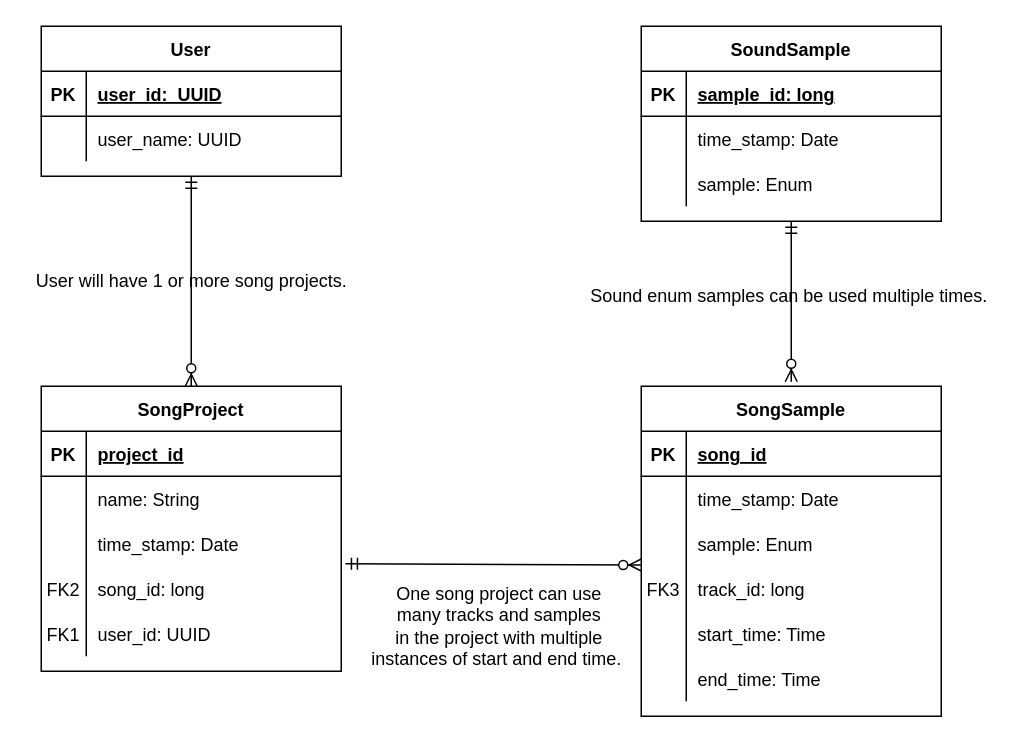
The draw.io diagram docs/work/erd.drawio in sound-doodle/sound-doodle.github.io, before the edit. Source tidied: cells renumbered, new cells numbered last; positions are measured from the earlier drawing's top-left corner, leaving out a move shared by most shapes. Both pictures are drawn from the tidied source at 150%, with x=0, y=0 at pixel (26, 26).
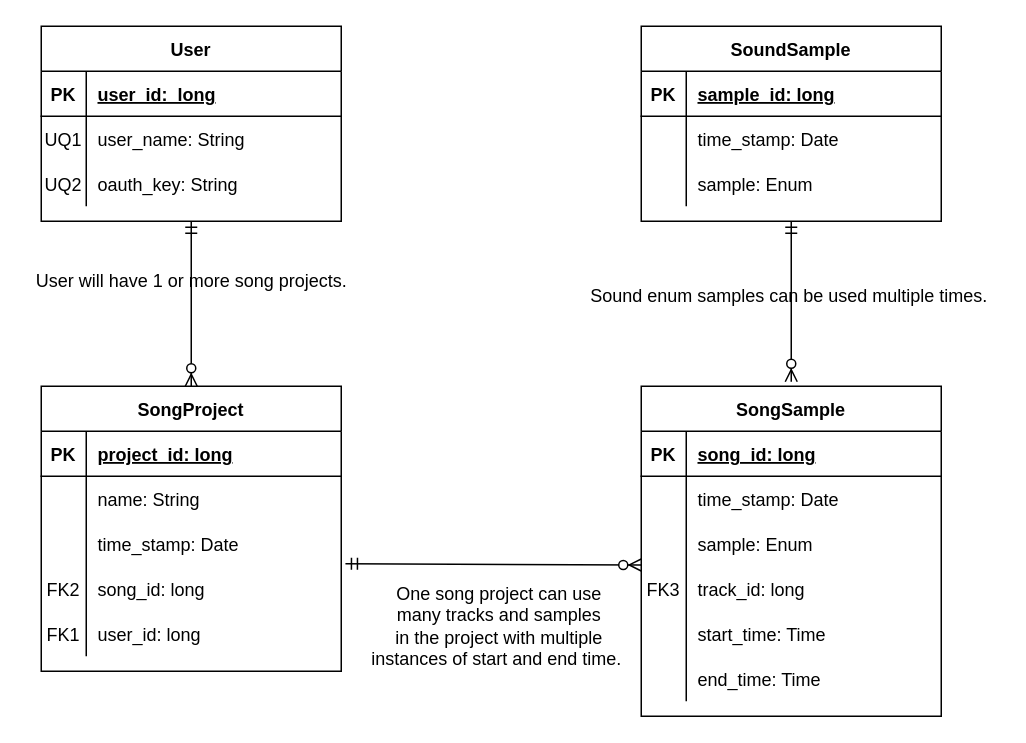
After the change.

Unchanged cells that the change refers to:
```xml
<mxCell id="13" style="shape=partialRectangle;fillColor=none;top=0;left=0;right=0;bottom=1;" parent="12" vertex="1">
  <mxGeometry y="30" width="200" height="30" as="geometry" />
</mxCell>
<mxCell id="32" style="shape=partialRectangle;fillColor=none;top=0;left=0;right=0;bottom=1;" parent="31" vertex="1">
  <mxGeometry y="30" width="200" height="30" as="geometry" />
</mxCell>
<mxCell id="35" style="shape=partialRectangle;fillColor=none;top=0;left=0;right=0;bottom=0;" parent="31" vertex="1">
  <mxGeometry y="60" width="200" height="30" as="geometry" />
</mxCell>
<mxCell id="39" style="shape=partialRectangle;fillColor=none;top=0;left=0;bottom=1;right=0;" parent="38" vertex="1">
  <mxGeometry y="30" width="200" height="30" as="geometry" />
</mxCell>
<mxCell id="51" style="shape=partialRectangle;fillColor=none;top=0;left=0;bottom=0;right=0;" parent="38" vertex="1">
  <mxGeometry y="150" width="200" height="30" as="geometry" />
</mxCell>
```

Change to the diagram source:
```diff
@@
-    <mxCell id="15" value="song_id" style="shape=partialRectangle;overflow=hidden;fillColor=none;top=0;left=0;bottom=0;right=0;align=left;spacingLeft=6;fontStyle=5;" parent="13" vertex="1">
+    <mxCell id="15" value="song_id: long" style="shape=partialRectangle;overflow=hidden;fillColor=none;top=0;left=0;bottom=0;right=0;align=left;spacingLeft=6;fontStyle=5;" parent="13" vertex="1">
       <mxGeometry x="30" width="170" height="30" as="geometry" />
     </mxCell>
@@
     <mxCell id="31" value="User" style="shape=table;startSize=30;childLayout=tableLayout;rowLines=0;fontStyle=1;align=center;" parent="1" vertex="1">
-      <mxGeometry x="10" width="200" height="100" as="geometry" />
+      <mxGeometry x="10" width="200" height="130" as="geometry" />
     </mxCell>
@@
-    <mxCell id="34" value="user_id:  UUID" style="shape=partialRectangle;overflow=hidden;fillColor=none;top=0;left=0;bottom=0;right=0;align=left;spacingLeft=6;fontStyle=5;" parent="32" vertex="1">
+    <mxCell id="34" value="user_id:  long" style="shape=partialRectangle;overflow=hidden;fillColor=none;top=0;left=0;bottom=0;right=0;align=left;spacingLeft=6;fontStyle=5;" parent="32" vertex="1">
       <mxGeometry x="30" width="170" height="30" as="geometry" />
     </mxCell>
@@
-    <mxCell id="36" style="shape=partialRectangle;overflow=hidden;fillColor=none;top=0;left=0;bottom=0;right=0;" parent="35" vertex="1">
+    <mxCell id="36" value="UQ1" style="shape=partialRectangle;overflow=hidden;fillColor=none;top=0;left=0;bottom=0;right=0;" parent="35" vertex="1">
       <mxGeometry width="30" height="30" as="geometry" />
     </mxCell>
-    <mxCell id="37" value="user_name: UUID" style="shape=partialRectangle;overflow=hidden;fillColor=none;top=0;left=0;bottom=0;right=0;align=left;spacingLeft=6;" parent="35" vertex="1">
+    <mxCell id="37" value="user_name: String" style="shape=partialRectangle;overflow=hidden;fillColor=none;top=0;left=0;bottom=0;right=0;align=left;spacingLeft=6;" parent="35" vertex="1">
       <mxGeometry x="30" width="170" height="30" as="geometry" />
     </mxCell>
+    <mxCell id="60" style="shape=partialRectangle;fillColor=none;top=0;left=0;right=0;bottom=0;" parent="31" vertex="1">
+      <mxGeometry y="90" width="200" height="30" as="geometry" />
+    </mxCell>
+    <mxCell id="61" value="UQ2" style="shape=partialRectangle;overflow=hidden;fillColor=none;top=0;left=0;bottom=0;right=0;" parent="60" vertex="1">
+      <mxGeometry width="30" height="30" as="geometry" />
+    </mxCell>
+    <mxCell id="62" value="oauth_key: String" style="shape=partialRectangle;overflow=hidden;fillColor=none;top=0;left=0;bottom=0;right=0;align=left;spacingLeft=6;" parent="60" vertex="1">
+      <mxGeometry x="30" width="170" height="30" as="geometry" />
+    </mxCell>
@@
-    <mxCell id="41" value="project_id" style="shape=partialRectangle;fillColor=none;top=0;left=0;bottom=0;right=0;align=left;spacingLeft=6;fontStyle=5;overflow=hidden;" parent="39" vertex="1">
+    <mxCell id="41" value="project_id: long" style="shape=partialRectangle;fillColor=none;top=0;left=0;bottom=0;right=0;align=left;spacingLeft=6;fontStyle=5;overflow=hidden;" parent="39" vertex="1">
       <mxGeometry x="30" width="170" height="30" as="geometry" />
     </mxCell>
@@
-    <mxCell id="53" value="user_id: UUID" style="shape=partialRectangle;fillColor=none;top=0;left=0;bottom=0;right=0;align=left;spacingLeft=6;overflow=hidden;" parent="51" vertex="1">
+    <mxCell id="53" value="user_id: long" style="shape=partialRectangle;fillColor=none;top=0;left=0;bottom=0;right=0;align=left;spacingLeft=6;overflow=hidden;" parent="51" vertex="1">
       <mxGeometry x="30" width="170" height="30" as="geometry" />
     </mxCell>
```
